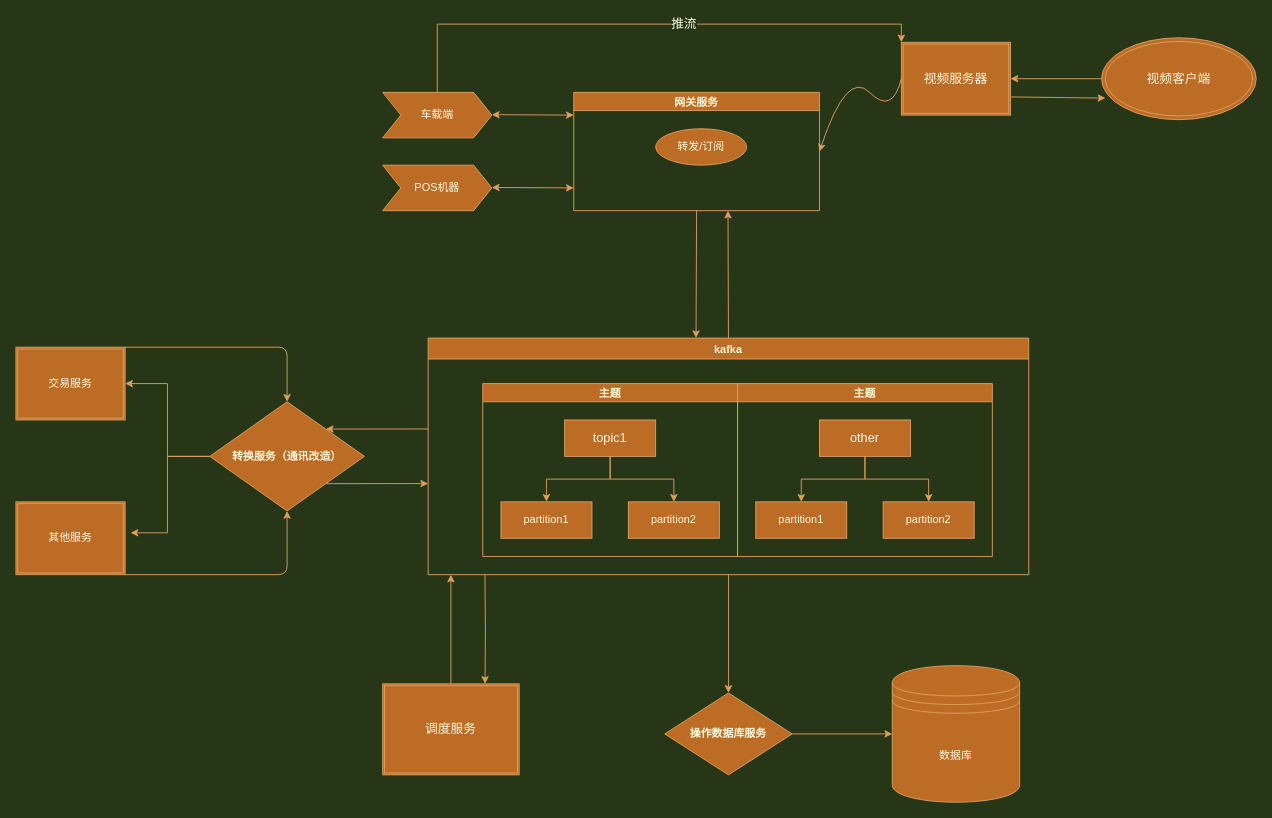
Above: 通讯架构.drawio in yupeng2015/draw (draw.io), before the change. Source tidied: cells renumbered, new cells numbered last; positions are measured from the earlier drawing's top-left corner, leaving out a move shared by most shapes. Both pictures are drawn from the tidied source at 91%, with x=0, y=0 at pixel (15, 37).
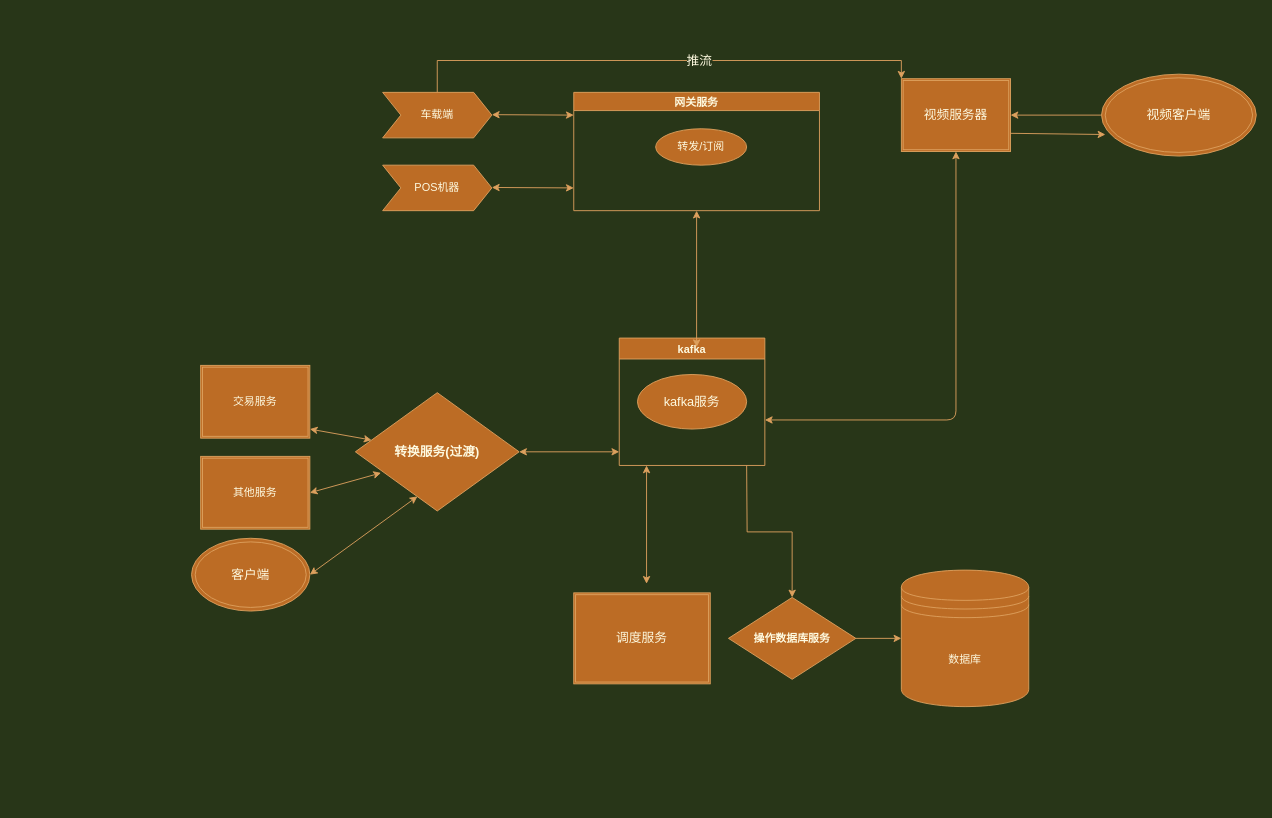
After the change.

The change refers to these unchanged cells:
```xml
<mxCell id="3" value="网关服务" style="swimlane;startSize=20;horizontal=1;containerType=tree;fillColor=#BC6C25;strokeColor=#DDA15E;fontColor=#FEFAE0;" parent="1" vertex="1">
  <mxGeometry x="613" y="60" width="270" height="130" as="geometry" />
</mxCell>
```

The edit, as a diff of the source:
```diff
@@
-    <mxCell id="2" style="edgeStyle=none;rounded=0;jettySize=auto;html=1;exitX=0.5;exitY=1;exitDx=0;exitDy=0;entryX=0.446;entryY=0;entryDx=0;entryDy=0;entryPerimeter=0;fontSize=14;labelBackgroundColor=#283618;strokeColor=#DDA15E;fontColor=#FEFAE0;" parent="1" edge="1" source="3" target="11">
-      <mxGeometry relative="1" as="geometry" />
-    </mxCell>
@@
-    <mxCell id="9" style="edgeStyle=orthogonalEdgeStyle;rounded=0;jettySize=auto;html=1;labelBackgroundColor=#283618;strokeColor=#DDA15E;fontColor=#FEFAE0;" parent="1" edge="1" source="11" target="25">
-      <mxGeometry relative="1" as="geometry" />
+    <mxCell id="9" style="edgeStyle=orthogonalEdgeStyle;rounded=0;jettySize=auto;html=1;labelBackgroundColor=#283618;strokeColor=#DDA15E;fontColor=#FEFAE0;" parent="1" edge="1" target="25">
+      <mxGeometry relative="1" as="geometry">
+        <mxPoint x="803" y="470" as="sourcePoint" />
+      </mxGeometry>
     </mxCell>
-    <mxCell id="10" style="edgeStyle=none;rounded=0;jettySize=auto;html=1;exitX=0.5;exitY=0;exitDx=0;exitDy=0;fontSize=14;labelBackgroundColor=#283618;strokeColor=#DDA15E;fontColor=#FEFAE0;" parent="1" edge="1" source="11">
-      <mxGeometry relative="1" as="geometry">
-        <mxPoint x="782.5" y="190" as="targetPoint" />
-      </mxGeometry>
-    </mxCell>
     <mxCell id="11" value="kafka" style="swimlane;fillColor=#BC6C25;strokeColor=#DDA15E;fontColor=#FEFAE0;" parent="1" vertex="1">
-      <mxGeometry x="453" y="330" width="660" height="260" as="geometry" />
+      <mxGeometry x="663" y="330" width="160" height="140" as="geometry" />
     </mxCell>
-    <mxCell id="12" value="主题" style="swimlane;startSize=20;horizontal=1;horizontalTree=0;containerType=tree;fillColor=#BC6C25;strokeColor=#DDA15E;fontColor=#FEFAE0;" parent="11" vertex="1">
-      <mxGeometry x="60" y="50" width="280" height="190" as="geometry" />
-    </mxCell>
-    <mxCell id="13" value="&lt;font style=&quot;font-size: 14px&quot;&gt;topic1&lt;/font&gt;" style="whiteSpace=wrap;html=1;fillColor=#BC6C25;strokeColor=#DDA15E;fontColor=#FEFAE0;" parent="12" vertex="1">
-      <mxGeometry x="90" y="40" width="100" height="40" as="geometry" />
-    </mxCell>
-    <mxCell id="14" value="partition1" style="whiteSpace=wrap;html=1;fillColor=#BC6C25;strokeColor=#DDA15E;fontColor=#FEFAE0;" parent="12" vertex="1">
-      <mxGeometry x="20" y="130" width="100" height="40" as="geometry" />
-    </mxCell>
-    <mxCell id="15" style="edgeStyle=elbowEdgeStyle;elbow=vertical;html=1;rounded=0;labelBackgroundColor=#283618;strokeColor=#DDA15E;fontColor=#FEFAE0;" parent="12" edge="1" source="13" target="14">
-      <mxGeometry relative="1" as="geometry" />
-    </mxCell>
-    <mxCell id="16" value="partition2" style="whiteSpace=wrap;html=1;fillColor=#BC6C25;strokeColor=#DDA15E;fontColor=#FEFAE0;" parent="12" vertex="1">
-      <mxGeometry x="160" y="130" width="100" height="40" as="geometry" />
-    </mxCell>
-    <mxCell id="17" style="edgeStyle=elbowEdgeStyle;elbow=vertical;html=1;rounded=0;labelBackgroundColor=#283618;strokeColor=#DDA15E;fontColor=#FEFAE0;" parent="12" edge="1" source="13" target="16">
-      <mxGeometry relative="1" as="geometry" />
-    </mxCell>
-    <mxCell id="18" value="主题" style="swimlane;startSize=20;horizontal=1;horizontalTree=0;containerType=tree;fillColor=#BC6C25;strokeColor=#DDA15E;fontColor=#FEFAE0;" parent="11" vertex="1">
-      <mxGeometry x="340" y="50" width="280" height="190" as="geometry" />
-    </mxCell>
-    <mxCell id="19" value="&lt;font style=&quot;font-size: 14px&quot;&gt;other&lt;/font&gt;" style="whiteSpace=wrap;html=1;fillColor=#BC6C25;strokeColor=#DDA15E;fontColor=#FEFAE0;" parent="18" vertex="1">
-      <mxGeometry x="90" y="40" width="100" height="40" as="geometry" />
-    </mxCell>
-    <mxCell id="20" value="partition1" style="whiteSpace=wrap;html=1;fillColor=#BC6C25;strokeColor=#DDA15E;fontColor=#FEFAE0;" parent="18" vertex="1">
-      <mxGeometry x="20" y="130" width="100" height="40" as="geometry" />
-    </mxCell>
-    <mxCell id="21" style="edgeStyle=elbowEdgeStyle;elbow=vertical;html=1;rounded=0;labelBackgroundColor=#283618;strokeColor=#DDA15E;fontColor=#FEFAE0;" parent="18" edge="1" source="19" target="20">
-      <mxGeometry relative="1" as="geometry" />
-    </mxCell>
-    <mxCell id="22" value="partition2" style="whiteSpace=wrap;html=1;fillColor=#BC6C25;strokeColor=#DDA15E;fontColor=#FEFAE0;" parent="18" vertex="1">
-      <mxGeometry x="160" y="130" width="100" height="40" as="geometry" />
-    </mxCell>
-    <mxCell id="23" style="edgeStyle=elbowEdgeStyle;elbow=vertical;html=1;rounded=0;labelBackgroundColor=#283618;strokeColor=#DDA15E;fontColor=#FEFAE0;" parent="18" edge="1" source="19" target="22">
-      <mxGeometry relative="1" as="geometry" />
-    </mxCell>
@@
     <mxCell id="25" value="操作数据库服务" style="rhombus;whiteSpace=wrap;html=1;fontStyle=1;startSize=23;fillColor=#BC6C25;strokeColor=#DDA15E;fontColor=#FEFAE0;" parent="1" vertex="1">
-      <mxGeometry x="713" y="720" width="140" height="90" as="geometry" />
+      <mxGeometry x="783" y="615" width="140" height="90" as="geometry" />
     </mxCell>
-    <mxCell id="26" style="edgeStyle=orthogonalEdgeStyle;rounded=0;jettySize=auto;html=1;labelBackgroundColor=#283618;strokeColor=#DDA15E;fontColor=#FEFAE0;" parent="1" edge="1" source="30" target="34">
-      <mxGeometry relative="1" as="geometry" />
-    </mxCell>
-    <mxCell id="27" style="edgeStyle=orthogonalEdgeStyle;rounded=0;jettySize=auto;html=1;entryX=1.05;entryY=0.425;entryDx=0;entryDy=0;entryPerimeter=0;labelBackgroundColor=#283618;strokeColor=#DDA15E;fontColor=#FEFAE0;" parent="1" edge="1" source="30" target="35">
-      <mxGeometry relative="1" as="geometry" />
-    </mxCell>
-    <mxCell id="28" style="edgeStyle=none;rounded=0;jettySize=auto;html=1;exitX=1;exitY=1;exitDx=0;exitDy=0;fontSize=14;labelBackgroundColor=#283618;strokeColor=#DDA15E;fontColor=#FEFAE0;" parent="1" edge="1" source="30">
-      <mxGeometry relative="1" as="geometry">
-        <mxPoint x="453" y="489.9" as="targetPoint" />
-      </mxGeometry>
-    </mxCell>
-    <mxCell id="29" style="edgeStyle=none;rounded=0;jettySize=auto;html=1;exitX=1;exitY=0;exitDx=0;exitDy=0;fontSize=14;entryX=1;entryY=0;entryDx=0;entryDy=0;labelBackgroundColor=#283618;strokeColor=#DDA15E;fontColor=#FEFAE0;" parent="1" edge="1" target="30">
-      <mxGeometry relative="1" as="geometry">
-        <mxPoint x="453" y="429.9" as="sourcePoint" />
-      </mxGeometry>
-    </mxCell>
-    <mxCell id="30" value="转换服务（通讯改造）" style="rhombus;whiteSpace=wrap;html=1;fontStyle=1;startSize=23;fillColor=#BC6C25;strokeColor=#DDA15E;fontColor=#FEFAE0;" parent="1" vertex="1">
-      <mxGeometry x="213" y="400" width="170" height="120" as="geometry" />
+    <mxCell id="30" value="&lt;font style=&quot;font-size: 14px&quot;&gt;转换服务(过渡)&lt;/font&gt;" style="rhombus;whiteSpace=wrap;html=1;fontStyle=1;startSize=23;fillColor=#BC6C25;strokeColor=#DDA15E;fontColor=#FEFAE0;" parent="1" vertex="1">
+      <mxGeometry x="373" y="390" width="180" height="130" as="geometry" />
     </mxCell>
     <mxCell id="31" value="数据库" style="shape=datastore;whiteSpace=wrap;html=1;fillColor=#BC6C25;strokeColor=#DDA15E;fontColor=#FEFAE0;" parent="1" vertex="1">
-      <mxGeometry x="963" y="690" width="140" height="150" as="geometry" />
+      <mxGeometry x="973" y="585" width="140" height="150" as="geometry" />
     </mxCell>
@@
     <mxCell id="34" value="交易服务" style="shape=ext;double=1;rounded=0;whiteSpace=wrap;html=1;fillColor=#BC6C25;strokeColor=#DDA15E;fontColor=#FEFAE0;" parent="1" vertex="1">
-      <mxGeometry y="340" width="120" height="80" as="geometry" />
+      <mxGeometry x="203" y="360" width="120" height="80" as="geometry" />
     </mxCell>
     <mxCell id="35" value="其他服务" style="shape=ext;double=1;rounded=0;whiteSpace=wrap;html=1;fillColor=#BC6C25;strokeColor=#DDA15E;fontColor=#FEFAE0;" parent="1" vertex="1">
-      <mxGeometry y="510" width="120" height="80" as="geometry" />
+      <mxGeometry x="203" y="460" width="120" height="80" as="geometry" />
     </mxCell>
-    <mxCell id="36" style="edgeStyle=orthogonalEdgeStyle;rounded=0;jettySize=auto;html=1;fontSize=14;labelBackgroundColor=#283618;strokeColor=#DDA15E;fontColor=#FEFAE0;" parent="1" edge="1" source="38">
-      <mxGeometry relative="1" as="geometry">
-        <mxPoint x="478" y="590" as="targetPoint" />
-      </mxGeometry>
-    </mxCell>
-    <mxCell id="37" style="edgeStyle=orthogonalEdgeStyle;rounded=0;jettySize=auto;html=1;exitX=0.75;exitY=0;exitDx=0;exitDy=0;fontSize=14;entryX=0.75;entryY=0;entryDx=0;entryDy=0;labelBackgroundColor=#283618;strokeColor=#DDA15E;fontColor=#FEFAE0;" parent="1" edge="1" target="38">
-      <mxGeometry relative="1" as="geometry">
-        <mxPoint x="515.4" y="590" as="sourcePoint" />
-      </mxGeometry>
-    </mxCell>
     <mxCell id="38" value="&lt;font style=&quot;font-size: 14px&quot;&gt;调度服务&lt;/font&gt;" style="shape=ext;double=1;rounded=0;whiteSpace=wrap;html=1;fillColor=#BC6C25;strokeColor=#DDA15E;fontColor=#FEFAE0;" parent="1" vertex="1">
-      <mxGeometry x="403" y="710" width="150" height="100" as="geometry" />
+      <mxGeometry x="613" y="610" width="150" height="100" as="geometry" />
     </mxCell>
@@
     <mxCell id="40" value="视频服务器" style="shape=ext;double=1;rounded=0;whiteSpace=wrap;html=1;fontSize=14;fillColor=#BC6C25;strokeColor=#DDA15E;fontColor=#FEFAE0;" parent="1" vertex="1">
-      <mxGeometry x="973" y="5" width="120" height="80" as="geometry" />
+      <mxGeometry x="973" y="45" width="120" height="80" as="geometry" />
     </mxCell>
@@
     <mxCell id="42" value="视频客户端" style="ellipse;shape=doubleEllipse;whiteSpace=wrap;html=1;fontSize=14;fillColor=#BC6C25;strokeColor=#DDA15E;fontColor=#FEFAE0;" parent="1" vertex="1">
-      <mxGeometry x="1193" width="170" height="90" as="geometry" />
+      <mxGeometry x="1193" y="40" width="170" height="90" as="geometry" />
     </mxCell>
-    <mxCell id="43" style="curved=1;endArrow=classic;html=1;rounded=0;fontSize=14;entryX=1;entryY=0.5;entryDx=0;entryDy=0;exitX=0;exitY=0.5;exitDx=0;exitDy=0;labelBackgroundColor=#283618;strokeColor=#DDA15E;fontColor=#FEFAE0;" parent="1" edge="1" source="40" target="3">
-      <mxGeometry relative="1" as="geometry">
-        <Array as="points">
-          <mxPoint x="963" y="85" />
-          <mxPoint x="913" y="35" />
-        </Array>
-      </mxGeometry>
-    </mxCell>
+    <mxCell id="46" value="客户端" style="ellipse;shape=doubleEllipse;whiteSpace=wrap;html=1;rounded=0;sketch=0;fontSize=14;fontColor=#FEFAE0;strokeColor=#DDA15E;fillColor=#BC6C25;" parent="1" vertex="1">
+      <mxGeometry x="193" y="550" width="130" height="80" as="geometry" />
+    </mxCell>
+    <mxCell id="47" style="endArrow=classic;startArrow=classic;html=1;rounded=1;sketch=0;fontSize=14;fontColor=#FEFAE0;strokeColor=#DDA15E;fillColor=#BC6C25;curved=0;" parent="1" edge="1" source="30">
+      <mxGeometry relative="1" as="geometry">
+        <mxPoint x="663" y="455" as="targetPoint" />
+      </mxGeometry>
+    </mxCell>
+    <mxCell id="48" style="endArrow=classic;startArrow=classic;html=1;rounded=1;sketch=0;fontSize=14;fontColor=#FEFAE0;strokeColor=#DDA15E;fillColor=#BC6C25;curved=0;" parent="1" edge="1">
+      <mxGeometry relative="1" as="geometry">
+        <mxPoint x="693" y="600" as="sourcePoint" />
+        <mxPoint x="693" y="470" as="targetPoint" />
+      </mxGeometry>
+    </mxCell>
+    <mxCell id="49" style="endArrow=classic;startArrow=classic;html=1;rounded=1;sketch=0;fontSize=14;fontColor=#FEFAE0;strokeColor=#DDA15E;fillColor=#BC6C25;curved=0;entryX=0.5;entryY=1;entryDx=0;entryDy=0;" parent="1" edge="1" target="3">
+      <mxGeometry relative="1" as="geometry">
+        <mxPoint x="748" y="340" as="sourcePoint" />
+      </mxGeometry>
+    </mxCell>
+    <mxCell id="50" style="endArrow=classic;startArrow=classic;html=1;rounded=1;sketch=0;fontSize=14;fontColor=#FEFAE0;strokeColor=#DDA15E;fillColor=#BC6C25;curved=0;" parent="1" edge="1" source="40">
+      <mxGeometry relative="1" as="geometry">
+        <mxPoint x="823" y="420" as="targetPoint" />
+        <Array as="points">
+          <mxPoint x="1033" y="420" />
+        </Array>
+      </mxGeometry>
+    </mxCell>
+    <mxCell id="51" value="kafka服务" style="ellipse;whiteSpace=wrap;html=1;rounded=0;sketch=0;fontSize=14;fontColor=#FEFAE0;strokeColor=#DDA15E;fillColor=#BC6C25;" parent="1" vertex="1">
+      <mxGeometry x="683" y="370" width="120" height="60" as="geometry" />
+    </mxCell>
+    <mxCell id="52" style="endArrow=classic;startArrow=classic;html=1;rounded=1;sketch=0;fontSize=14;fontColor=#FEFAE0;strokeColor=#DDA15E;fillColor=#BC6C25;curved=0;" parent="1" edge="1" target="30">
+      <mxGeometry relative="1" as="geometry">
+        <mxPoint x="323" y="430" as="sourcePoint" />
+      </mxGeometry>
+    </mxCell>
-    <mxCell id="44" style="edgeStyle=segmentEdgeStyle;endArrow=classic;html=1;rounded=1;sketch=0;fontColor=#FEFAE0;strokeColor=#DDA15E;fillColor=#BC6C25;curved=0;exitX=1;exitY=1;exitDx=0;exitDy=0;entryX=0.5;entryY=1;entryDx=0;entryDy=0;" parent="1" edge="1" source="35" target="30">
+    <mxCell id="44" style="endArrow=classic;startArrow=classic;html=1;rounded=1;sketch=0;fontSize=14;fontColor=#FEFAE0;strokeColor=#DDA15E;fillColor=#BC6C25;curved=0;entryX=0.157;entryY=0.678;entryDx=0;entryDy=0;entryPerimeter=0;exitX=1;exitY=0.5;exitDx=0;exitDy=0;" parent="1" edge="1" source="35" target="30">
       <mxGeometry relative="1" as="geometry" />
     </mxCell>
-    <mxCell id="45" style="edgeStyle=segmentEdgeStyle;endArrow=classic;html=1;rounded=1;sketch=0;fontColor=#FEFAE0;strokeColor=#DDA15E;fillColor=#BC6C25;curved=0;exitX=1;exitY=1;exitDx=0;exitDy=0;entryX=0.5;entryY=0;entryDx=0;entryDy=0;" parent="1" edge="1" target="30">
-      <mxGeometry relative="1" as="geometry">
-        <mxPoint x="120" y="340" as="sourcePoint" />
-      </mxGeometry>
-    </mxCell>
+    <mxCell id="53" style="endArrow=classic;startArrow=classic;html=1;rounded=1;sketch=0;fontSize=14;fontColor=#FEFAE0;strokeColor=#DDA15E;fillColor=#BC6C25;curved=0;entryX=0.379;entryY=0.877;entryDx=0;entryDy=0;entryPerimeter=0;exitX=1;exitY=0.5;exitDx=0;exitDy=0;" parent="1" edge="1" source="46" target="30">
+      <mxGeometry relative="1" as="geometry" />
+    </mxCell>
```
